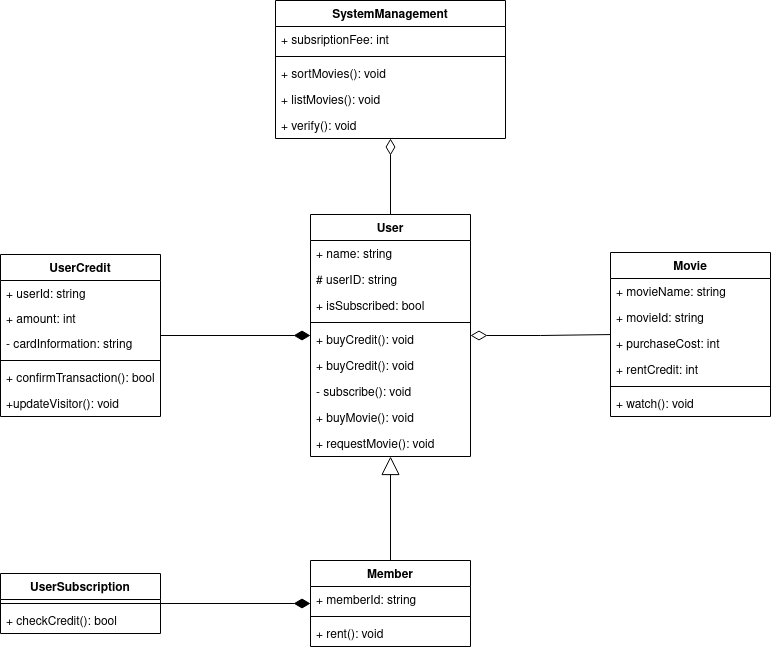
This is OnlineMovieSystem.drawio.png from gkhndktr/OOP, a draw.io export, as it was before one commit. Source tidied: cells renumbered, new cells last; positions are measured from the earlier drawing's top-left corner, leaving out a move shared by most shapes.
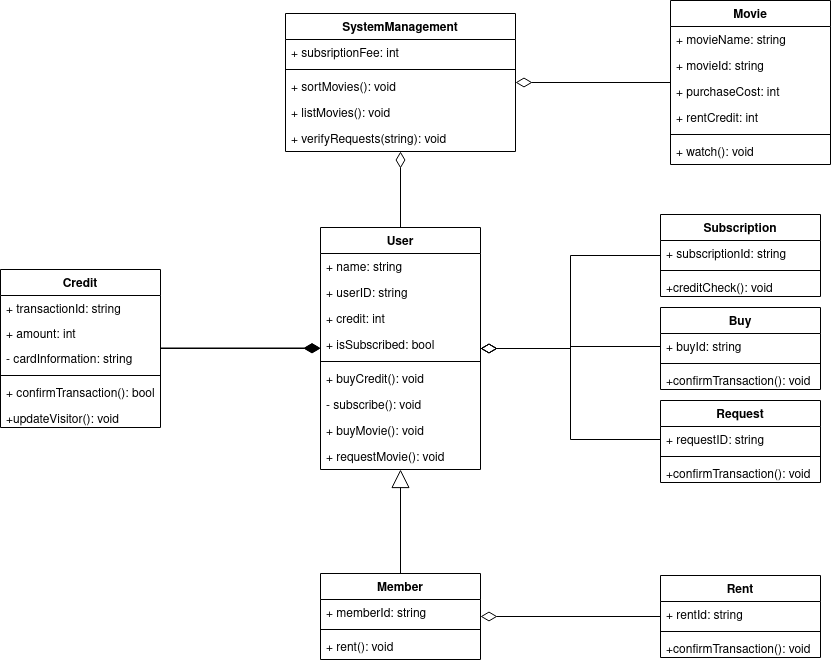
The same file after the commit.

Diff of the diagram source:
```diff
@@ -8,18 +8,18 @@
     <mxCell id="3" value="+ name: string" style="text;strokeColor=none;fillColor=none;align=left;verticalAlign=top;spacingLeft=4;spacingRight=4;overflow=hidden;" parent="2" vertex="1">
       <mxGeometry y="26" width="160" height="26" as="geometry" />
     </mxCell>
-    <mxCell id="4" value="# userID: string" style="text;strokeColor=none;fillColor=none;align=left;verticalAlign=top;spacingLeft=4;spacingRight=4;overflow=hidden;" parent="2" vertex="1">
+    <mxCell id="4" value="+ userID: string" style="text;strokeColor=none;fillColor=none;align=left;verticalAlign=top;spacingLeft=4;spacingRight=4;overflow=hidden;" parent="2" vertex="1">
       <mxGeometry y="52" width="160" height="26" as="geometry" />
     </mxCell>
+    <mxCell id="44" value="+ credit: int" style="text;strokeColor=none;fillColor=none;align=left;verticalAlign=top;spacingLeft=4;spacingRight=4;overflow=hidden;" parent="2" vertex="1">
+      <mxGeometry y="78" width="160" height="26" as="geometry" />
+    </mxCell>
     <mxCell id="5" value="+ isSubscribed: bool" style="text;strokeColor=none;fillColor=none;align=left;verticalAlign=top;spacingLeft=4;spacingRight=4;overflow=hidden;" parent="2" vertex="1">
-      <mxGeometry y="78" width="160" height="26" as="geometry" />
+      <mxGeometry y="104" width="160" height="26" as="geometry" />
     </mxCell>
     <mxCell id="6" style="line;strokeWidth=1;fillColor=none;align=left;verticalAlign=middle;spacingTop=-1;spacingLeft=3;spacingRight=3;labelPosition=right;" parent="2" vertex="1">
-      <mxGeometry y="104" width="160" height="8" as="geometry" />
+      <mxGeometry y="130" width="160" height="8" as="geometry" />
     </mxCell>
-    <mxCell id="7" value="+ buyCredit(): void" style="text;strokeColor=none;fillColor=none;align=left;verticalAlign=top;spacingLeft=4;spacingRight=4;overflow=hidden;" parent="2" vertex="1">
-      <mxGeometry y="112" width="160" height="26" as="geometry" />
-    </mxCell>
     <mxCell id="8" value="+ buyCredit(): void" style="text;strokeColor=none;fillColor=none;align=left;verticalAlign=top;spacingLeft=4;spacingRight=4;overflow=hidden;" parent="2" vertex="1">
       <mxGeometry y="138" width="160" height="26" as="geometry" />
     </mxCell>
@@ -33,7 +33,7 @@
       <mxGeometry y="216" width="160" height="26" as="geometry" />
     </mxCell>
     <mxCell id="12" value="Movie" style="swimlane;fontStyle=1;align=center;verticalAlign=top;horizontal=1;startSize=26;" parent="1" vertex="1">
-      <mxGeometry x="610" y="252" width="160" height="164" as="geometry" />
+      <mxGeometry x="660" y="-13" width="160" height="164" as="geometry" />
     </mxCell>
     <mxCell id="13" value="+ movieName: string" style="text;strokeColor=none;fillColor=none;align=left;verticalAlign=top;spacingLeft=4;spacingRight=4;overflow=hidden;" parent="12" vertex="1">
       <mxGeometry y="26" width="160" height="26" as="geometry" />
@@ -68,7 +68,7 @@
     <mxCell id="23" value="+ listMovies(): void" style="text;strokeColor=none;fillColor=none;align=left;verticalAlign=top;spacingLeft=4;spacingRight=4;overflow=hidden;" parent="19" vertex="1">
       <mxGeometry y="86" width="230" height="26" as="geometry" />
     </mxCell>
-    <mxCell id="24" value="+ verify(): void" style="text;strokeColor=none;fillColor=none;align=left;verticalAlign=top;spacingLeft=4;spacingRight=4;overflow=hidden;" parent="19" vertex="1">
+    <mxCell id="24" value="+ verifyRequests(string): void" style="text;strokeColor=none;fillColor=none;align=left;verticalAlign=top;spacingLeft=4;spacingRight=4;overflow=hidden;" parent="19" vertex="1">
       <mxGeometry y="112" width="230" height="26" as="geometry" />
     </mxCell>
     <mxCell id="25" value="Member" style="swimlane;fontStyle=1;align=center;verticalAlign=top;horizontal=1;startSize=26;" parent="1" vertex="1">
@@ -86,10 +86,10 @@
     <mxCell id="29" style="endArrow=block;endSize=16;endFill=0;html=1;rounded=0;" parent="1" edge="1" source="25" target="2">
       <mxGeometry relative="1" as="geometry" />
     </mxCell>
-    <mxCell id="30" value="UserCredit" style="swimlane;fontStyle=1;align=center;verticalAlign=top;horizontal=1;startSize=26;" parent="1" vertex="1">
-      <mxGeometry y="254" width="160" height="162" as="geometry" />
+    <mxCell id="30" value="Credit" style="swimlane;fontStyle=1;align=center;verticalAlign=top;horizontal=1;startSize=26;" parent="1" vertex="1">
+      <mxGeometry x="-10" y="256" width="160" height="158" as="geometry" />
     </mxCell>
-    <mxCell id="31" value="+ userId: string" style="text;strokeColor=none;fillColor=none;align=left;verticalAlign=top;spacingLeft=4;spacingRight=4;overflow=hidden;" parent="30" vertex="1">
+    <mxCell id="31" value="+ transactionId: string" style="text;strokeColor=none;fillColor=none;align=left;verticalAlign=top;spacingLeft=4;spacingRight=4;overflow=hidden;" parent="30" vertex="1">
       <mxGeometry y="26" width="160" height="25" as="geometry" />
     </mxCell>
     <mxCell id="32" value="+ amount: int" style="text;strokeColor=none;fillColor=none;align=left;verticalAlign=top;spacingLeft=4;spacingRight=4;overflow=hidden;" parent="30" vertex="1">
@@ -105,28 +105,82 @@
       <mxGeometry y="110" width="160" height="26" as="geometry" />
     </mxCell>
     <mxCell id="36" value="+updateVisitor(): void" style="text;strokeColor=none;fillColor=none;align=left;verticalAlign=top;spacingLeft=4;spacingRight=4;overflow=hidden;" parent="30" vertex="1">
-      <mxGeometry y="136" width="160" height="26" as="geometry" />
+      <mxGeometry y="136" width="160" height="22" as="geometry" />
     </mxCell>
-    <mxCell id="37" value="UserSubscription" style="swimlane;fontStyle=1;align=center;verticalAlign=top;horizontal=1;startSize=26;" parent="1" vertex="1">
-      <mxGeometry y="573" width="160" height="60" as="geometry" />
-    </mxCell>
-    <mxCell id="38" style="line;strokeWidth=1;fillColor=none;align=left;verticalAlign=middle;spacingTop=-1;spacingLeft=3;spacingRight=3;labelPosition=right;" parent="37" vertex="1">
-      <mxGeometry y="26" width="160" height="8" as="geometry" />
-    </mxCell>
-    <mxCell id="39" value="+ checkCredit(): bool" style="text;strokeColor=none;fillColor=none;align=left;verticalAlign=top;spacingLeft=4;spacingRight=4;overflow=hidden;" parent="37" vertex="1">
-      <mxGeometry y="34" width="160" height="26" as="geometry" />
-    </mxCell>
     <mxCell id="40" style="endArrow=none;html=1;endSize=12;startArrow=diamondThin;startSize=14;startFill=1;edgeStyle=orthogonalEdgeStyle;align=left;verticalAlign=bottom;rounded=0;endFill=0;" parent="1" edge="1" source="2" target="30">
       <mxGeometry x="-1" y="3" relative="1" as="geometry" />
     </mxCell>
-    <mxCell id="41" style="endArrow=none;html=1;endSize=12;startArrow=diamondThin;startSize=14;startFill=1;edgeStyle=orthogonalEdgeStyle;align=left;verticalAlign=bottom;rounded=0;endFill=0;entryX=1;entryY=0.5;entryDx=0;entryDy=0;" parent="1" edge="1" source="25" target="37">
-      <mxGeometry x="-1" y="3" relative="1" as="geometry" />
-    </mxCell>
-    <mxCell id="42" style="endArrow=none;html=1;endSize=12;startArrow=diamondThin;startSize=14;startFill=0;edgeStyle=orthogonalEdgeStyle;align=left;verticalAlign=bottom;rounded=0;endFill=0;" parent="1" edge="1" source="2" target="12">
+    <mxCell id="42" style="endArrow=none;html=1;endSize=12;startArrow=diamondThin;startSize=14;startFill=0;edgeStyle=orthogonalEdgeStyle;align=left;verticalAlign=bottom;rounded=0;endFill=0;" parent="1" edge="1" source="19" target="12">
       <mxGeometry x="-1" y="3" relative="1" as="geometry" />
     </mxCell>
     <mxCell id="43" style="endArrow=none;html=1;endSize=12;startArrow=diamondThin;startSize=14;startFill=0;edgeStyle=orthogonalEdgeStyle;align=left;verticalAlign=bottom;rounded=0;endFill=0;" parent="1" edge="1" source="19" target="2">
       <mxGeometry x="-1" y="3" relative="1" as="geometry" />
     </mxCell>
+    <mxCell id="45" value="Subscription" style="swimlane;fontStyle=1;align=center;verticalAlign=top;horizontal=1;startSize=26;" parent="1" vertex="1">
+      <mxGeometry x="650" y="201" width="160" height="82" as="geometry" />
+    </mxCell>
+    <mxCell id="46" value="+ subscriptionId: string" style="text;strokeColor=none;fillColor=none;align=left;verticalAlign=top;spacingLeft=4;spacingRight=4;overflow=hidden;" parent="45" vertex="1">
+      <mxGeometry y="26" width="160" height="26" as="geometry" />
+    </mxCell>
+    <mxCell id="47" style="line;strokeWidth=1;fillColor=none;align=left;verticalAlign=middle;spacingTop=-1;spacingLeft=3;spacingRight=3;labelPosition=right;" parent="45" vertex="1">
+      <mxGeometry y="52" width="160" height="8" as="geometry" />
+    </mxCell>
+    <mxCell id="48" value="+creditCheck(): void" style="text;strokeColor=none;fillColor=none;align=left;verticalAlign=top;spacingLeft=4;spacingRight=4;overflow=hidden;" parent="45" vertex="1">
+      <mxGeometry y="60" width="160" height="22" as="geometry" />
+    </mxCell>
+    <mxCell id="49" style="endArrow=none;html=1;endSize=12;startArrow=diamondThin;startSize=14;startFill=0;edgeStyle=orthogonalEdgeStyle;align=left;verticalAlign=bottom;rounded=0;endFill=0;" parent="1" edge="1" source="2" target="45">
+      <mxGeometry x="-1" y="3" relative="1" as="geometry" />
+    </mxCell>
+    <mxCell id="50" value="Buy" style="swimlane;fontStyle=1;align=center;verticalAlign=top;horizontal=1;startSize=26;" parent="1" vertex="1">
+      <mxGeometry x="650" y="294" width="160" height="82" as="geometry" />
+    </mxCell>
+    <mxCell id="51" value="+ buyId: string" style="text;strokeColor=none;fillColor=none;align=left;verticalAlign=top;spacingLeft=4;spacingRight=4;overflow=hidden;points=[[0,0.5],[1,0.5]];portConstraint=eastwest;" parent="50" vertex="1">
+      <mxGeometry y="26" width="160" height="26" as="geometry" />
+    </mxCell>
+    <mxCell id="52" style="line;strokeWidth=1;fillColor=none;align=left;verticalAlign=middle;spacingTop=-1;spacingLeft=3;spacingRight=3;labelPosition=right;" parent="50" vertex="1">
+      <mxGeometry y="52" width="160" height="8" as="geometry" />
+    </mxCell>
+    <mxCell id="53" value="+confirmTransaction(): void" style="text;strokeColor=none;fillColor=none;align=left;verticalAlign=top;spacingLeft=4;spacingRight=4;overflow=hidden;" parent="50" vertex="1">
+      <mxGeometry y="60" width="160" height="22" as="geometry" />
+    </mxCell>
+    <mxCell id="54" value="Request" style="swimlane;fontStyle=1;align=center;verticalAlign=top;horizontal=1;startSize=26;" parent="1" vertex="1">
+      <mxGeometry x="650" y="387" width="160" height="82" as="geometry" />
+    </mxCell>
+    <mxCell id="55" value="+ requestID: string" style="text;strokeColor=none;fillColor=none;align=left;verticalAlign=top;spacingLeft=4;spacingRight=4;overflow=hidden;points=[[0,0.5],[1,0.5]];portConstraint=eastwest;" parent="54" vertex="1">
+      <mxGeometry y="26" width="160" height="26" as="geometry" />
+    </mxCell>
+    <mxCell id="56" style="line;strokeWidth=1;fillColor=none;align=left;verticalAlign=middle;spacingTop=-1;spacingLeft=3;spacingRight=3;labelPosition=right;" parent="54" vertex="1">
+      <mxGeometry y="52" width="160" height="8" as="geometry" />
+    </mxCell>
+    <mxCell id="57" value="+confirmTransaction(): void" style="text;strokeColor=none;fillColor=none;align=left;verticalAlign=top;spacingLeft=4;spacingRight=4;overflow=hidden;" parent="54" vertex="1">
+      <mxGeometry y="60" width="160" height="22" as="geometry" />
+    </mxCell>
+    <mxCell id="58" value="Rent" style="swimlane;fontStyle=1;align=center;verticalAlign=top;horizontal=1;startSize=26;" parent="1" vertex="1">
+      <mxGeometry x="650" y="562" width="160" height="82" as="geometry" />
+    </mxCell>
+    <mxCell id="59" value="+ rentId: string" style="text;strokeColor=none;fillColor=none;align=left;verticalAlign=top;spacingLeft=4;spacingRight=4;overflow=hidden;" parent="58" vertex="1">
+      <mxGeometry y="26" width="160" height="26" as="geometry" />
+    </mxCell>
+    <mxCell id="60" style="line;strokeWidth=1;fillColor=none;align=left;verticalAlign=middle;spacingTop=-1;spacingLeft=3;spacingRight=3;labelPosition=right;" parent="58" vertex="1">
+      <mxGeometry y="52" width="160" height="8" as="geometry" />
+    </mxCell>
+    <mxCell id="61" value="+confirmTransaction(): void" style="text;strokeColor=none;fillColor=none;align=left;verticalAlign=top;spacingLeft=4;spacingRight=4;overflow=hidden;" parent="58" vertex="1">
+      <mxGeometry y="60" width="160" height="22" as="geometry" />
+    </mxCell>
+    <mxCell id="62" style="endArrow=none;html=1;endSize=12;startArrow=diamondThin;startSize=14;startFill=0;edgeStyle=orthogonalEdgeStyle;align=left;verticalAlign=bottom;rounded=0;endFill=0;entryX=0;entryY=0.5;entryDx=0;entryDy=0;" parent="1" edge="1" source="2" target="51">
+      <mxGeometry x="-1" y="3" relative="1" as="geometry" />
+    </mxCell>
+    <mxCell id="63" style="endArrow=none;html=1;endSize=12;startArrow=diamondThin;startSize=14;startFill=0;edgeStyle=orthogonalEdgeStyle;align=left;verticalAlign=bottom;rounded=0;endFill=0;entryX=0;entryY=0.5;entryDx=0;entryDy=0;" parent="1" edge="1" source="2" target="55">
+      <mxGeometry x="-1" y="3" relative="1" as="geometry" />
+    </mxCell>
+    <mxCell id="64" style="endArrow=none;html=1;endSize=12;startArrow=diamondThin;startSize=14;startFill=0;edgeStyle=orthogonalEdgeStyle;align=left;verticalAlign=bottom;rounded=0;endFill=0;" parent="1" edge="1" source="25" target="58">
+      <mxGeometry x="-1" y="3" relative="1" as="geometry" />
+    </mxCell>
+    <mxCell id="65" style="endArrow=none;html=1;endSize=12;startArrow=diamondThin;startSize=14;startFill=1;edgeStyle=orthogonalEdgeStyle;align=left;verticalAlign=bottom;rounded=0;endFill=0;" parent="1" edge="1">
+      <mxGeometry x="-1" y="3" relative="1" as="geometry">
+        <mxPoint x="310" y="334.5" as="sourcePoint" />
+        <mxPoint x="150" y="334.5" as="targetPoint" />
+      </mxGeometry>
+    </mxCell>
   </root>
 </mxGraphModel>
```
